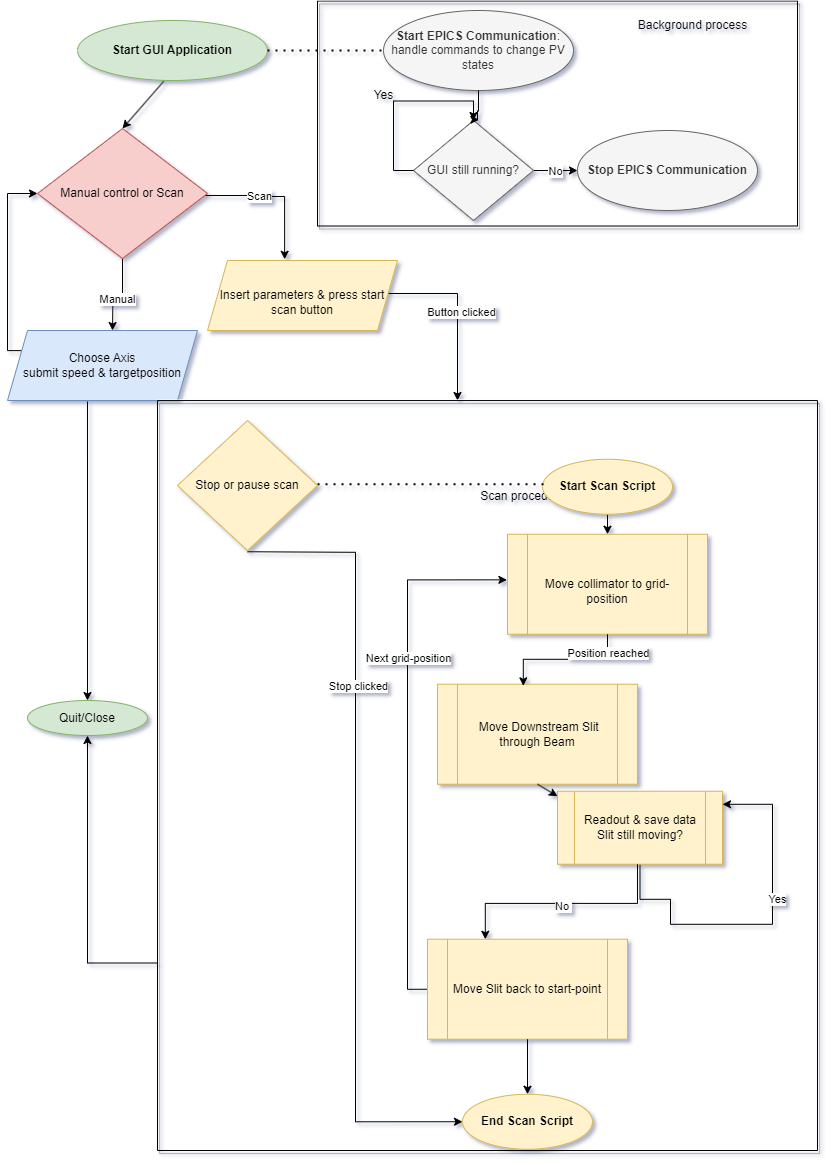
Earlier version of the draw.io export Program_Diagram.drawio.png (sistrebel/Emittancemeter_control). Source tidied: cells renumbered, new cells last; positions are measured from the earlier drawing's top-left corner, leaving out a move shared by most shapes.
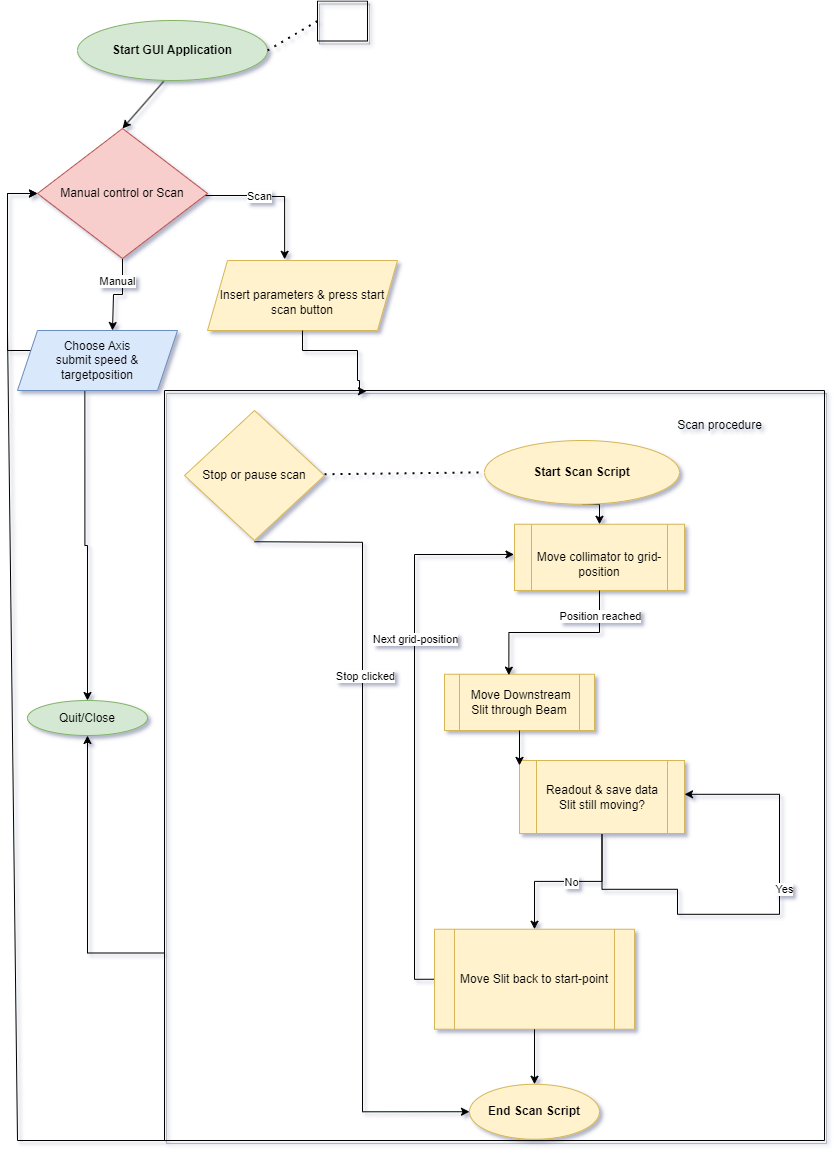
After the commit.

Change to the diagram source:
```diff
@@ -31,30 +31,20 @@
     <mxCell id="8" style="edgeStyle=orthogonalEdgeStyle;rounded=0;jettySize=auto;html=1;exitX=0.5;exitY=1;exitDx=0;exitDy=0;" parent="1" edge="1" source="10">
       <mxGeometry relative="1" as="geometry">
         <mxPoint x="105" y="330" as="targetPoint" />
+        <Array as="points">
+          <mxPoint x="115" y="294" />
+          <mxPoint x="106" y="294" />
+        </Array>
       </mxGeometry>
     </mxCell>
     <mxCell id="9" value="Manual" style="edgeLabel;html=1;align=center;verticalAlign=middle;" parent="8" vertex="1">
-      <mxGeometry x="0.03" y="4" relative="1" as="geometry" />
+      <mxGeometry x="0.03" y="4" relative="1" as="geometry">
+        <mxPoint y="-18" as="offset" />
+      </mxGeometry>
     </mxCell>
     <mxCell id="10" value="Manual control or Scan" style="rhombus;whiteSpace=wrap;html=1;fillColor=#f8cecc;strokeColor=#b85450;" parent="1" vertex="1">
       <mxGeometry x="30" y="128" width="170" height="130" as="geometry" />
     </mxCell>
-    <mxCell id="11" style="endArrow=none;dashed=1;html=1;dashPattern=1 3;strokeWidth=2;rounded=0;entryX=0;entryY=0.5;entryDx=0;entryDy=0;" parent="1" edge="1" target="19">
-      <mxGeometry relative="1" as="geometry">
-        <mxPoint x="260" y="50" as="sourcePoint" />
-      </mxGeometry>
-    </mxCell>
-    <mxCell id="12" style="edgeStyle=orthogonalEdgeStyle;rounded=0;jettySize=auto;html=1;exitX=1;exitY=0.5;exitDx=0;exitDy=0;" parent="1" edge="1" source="14" target="29">
-      <mxGeometry relative="1" as="geometry">
-        <Array as="points">
-          <mxPoint x="360" y="293" />
-          <mxPoint x="450" y="293" />
-        </Array>
-      </mxGeometry>
-    </mxCell>
-    <mxCell id="13" value="Button clicked" style="edgeLabel;html=1;align=center;verticalAlign=middle;" parent="12" vertex="1">
-      <mxGeometry x="0.19" y="3" relative="1" as="geometry" />
-    </mxCell>
     <mxCell id="14" value="&lt;br style=&quot;border-color: var(--border-color);&quot;&gt;Insert parameters &amp;amp; press start scan button" style="shape=parallelogram;perimeter=parallelogramPerimeter;whiteSpace=wrap;html=1;fixedSize=1;fillColor=#fff2cc;strokeColor=#d6b656;" parent="1" vertex="1">
       <mxGeometry x="200" y="260" width="190" height="70" as="geometry" />
     </mxCell>
@@ -67,64 +57,25 @@
       </mxGeometry>
     </mxCell>
     <mxCell id="16" value="Choose Axis&lt;br&gt;submit speed &amp;amp; targetposition" style="shape=parallelogram;perimeter=parallelogramPerimeter;whiteSpace=wrap;html=1;fixedSize=1;fillColor=#dae8fc;strokeColor=#6c8ebf;" parent="1" vertex="1">
-      <mxGeometry y="330" width="190" height="70" as="geometry" />
+      <mxGeometry x="10" y="330" width="160" height="60" as="geometry" />
     </mxCell>
     <mxCell id="17" style="edgeStyle=orthogonalEdgeStyle;rounded=0;jettySize=auto;html=1;exitX=0.421;exitY=1.014;exitDx=0;exitDy=0;entryX=0.5;entryY=0;entryDx=0;entryDy=0;exitPerimeter=0;" parent="1" edge="1" source="16" target="5">
       <mxGeometry relative="1" as="geometry" />
     </mxCell>
-    <mxCell id="18" style="swimlane;startSize=0;fillColor=#E6E6E6;strokeColor=default;fillStyle=solid;rounded=0;shadow=1;glass=1;" parent="1" vertex="1">
-      <mxGeometry x="310" y="0.5" width="480" height="225" as="geometry" />
+    <mxCell id="18" style="swimlane;startSize=0;fillColor=#E6E6E6;strokeColor=default;fillStyle=solid;rounded=0;shadow=1;glass=1;" parent="1" vertex="1" collapsed="1">
+      <mxGeometry x="310" y="0.5" width="50" height="40" as="geometry" />
     </mxCell>
-    <mxCell id="19" value="&lt;b style=&quot;border-color: var(--border-color);&quot;&gt;Start EPICS Communication&lt;/b&gt;:&lt;br style=&quot;border-color: var(--border-color);&quot;&gt;handle commands to change PV states" style="ellipse;whiteSpace=wrap;html=1;fillColor=#f5f5f5;fontColor=#333333;strokeColor=#666666;" parent="18" vertex="1">
-      <mxGeometry x="66" y="9.5" width="190" height="80" as="geometry" />
-    </mxCell>
-    <mxCell id="20" style="edgeStyle=orthogonalEdgeStyle;rounded=0;jettySize=auto;html=1;exitX=1;exitY=0.5;exitDx=0;exitDy=0;entryX=0;entryY=0.5;entryDx=0;entryDy=0;" parent="18" edge="1" source="22" target="27">
-      <mxGeometry relative="1" as="geometry" />
-    </mxCell>
-    <mxCell id="21" value="No" style="edgeLabel;html=1;align=center;verticalAlign=middle;" parent="20" vertex="1">
-      <mxGeometry x="-0.06" relative="1" as="geometry" />
-    </mxCell>
-    <mxCell id="22" value="GUI still running?" style="rhombus;whiteSpace=wrap;html=1;fillColor=#f5f5f5;fontColor=#333333;strokeColor=#666666;" parent="18" vertex="1">
-      <mxGeometry x="96" y="119.5" width="120" height="100" as="geometry" />
-    </mxCell>
-    <mxCell id="23" value="Yes" style="text;html=1;align=center;verticalAlign=middle;strokeColor=none;fillColor=none;" parent="18" vertex="1">
-      <mxGeometry x="46" y="79.5" width="40" height="30" as="geometry" />
-    </mxCell>
-    <mxCell id="24" style="edgeStyle=orthogonalEdgeStyle;rounded=0;orthogonalLoop=1;jettySize=auto;html=1;exitX=0;exitY=0.5;exitDx=0;exitDy=0;entryX=0.5;entryY=0;entryDx=0;entryDy=0;" parent="18" edge="1" source="22" target="22">
-      <mxGeometry relative="1" as="geometry">
-        <Array as="points">
-          <mxPoint x="76" y="170" />
-          <mxPoint x="76" y="100" />
-          <mxPoint x="156" y="100" />
-        </Array>
-      </mxGeometry>
-    </mxCell>
-    <mxCell id="25" style="edgeStyle=orthogonalEdgeStyle;rounded=0;jettySize=auto;html=1;exitX=0.5;exitY=1;exitDx=0;exitDy=0;entryX=0.545;entryY=-0.008;entryDx=0;entryDy=0;entryPerimeter=0;" parent="18" edge="1" source="19" target="22">
-      <mxGeometry relative="1" as="geometry">
-        <Array as="points">
-          <mxPoint x="161" y="110" />
-          <mxPoint x="160" y="110" />
-          <mxPoint x="160" y="119" />
-        </Array>
-      </mxGeometry>
-    </mxCell>
-    <mxCell id="26" value="Background process" style="text;html=1;align=center;verticalAlign=middle;strokeColor=none;fillColor=none;" parent="18" vertex="1">
-      <mxGeometry x="310" y="9.5" width="130" height="30" as="geometry" />
-    </mxCell>
-    <mxCell id="27" value="&lt;b style=&quot;border-color: var(--border-color); color: rgb(51, 51, 51);&quot;&gt;Stop EPICS Communication&lt;/b&gt;" style="ellipse;whiteSpace=wrap;html=1;fillColor=#f5f5f5;fontColor=#333333;strokeColor=#666666;" parent="18" vertex="1">
-      <mxGeometry x="260" y="129.5" width="180" height="80" as="geometry" />
-    </mxCell>
     <mxCell id="28" style="edgeStyle=orthogonalEdgeStyle;rounded=0;jettySize=auto;html=1;exitX=0;exitY=0.75;exitDx=0;exitDy=0;entryX=0.5;entryY=1;entryDx=0;entryDy=0;" parent="1" edge="1" source="29" target="5">
       <mxGeometry relative="1" as="geometry" />
     </mxCell>
     <mxCell id="29" style="swimlane;startSize=0;fillColor=#E6E6E6;strokeColor=default;fillStyle=solid;rounded=0;shadow=1;glass=1;" parent="1" vertex="1">
-      <mxGeometry x="150" y="400" width="660" height="750" as="geometry" />
+      <mxGeometry x="157" y="390" width="660" height="750" as="geometry" />
     </mxCell>
     <mxCell id="30" value="Scan procedure" style="text;html=1;align=center;verticalAlign=middle;strokeColor=none;fillColor=none;" parent="29" vertex="1">
-      <mxGeometry x="310" y="80.8" width="110" height="30" as="geometry" />
+      <mxGeometry x="500" y="20" width="110" height="30" as="geometry" />
     </mxCell>
     <mxCell id="31" value="&lt;br style=&quot;border-color: var(--border-color);&quot;&gt;Move collimator to grid-position" style="shape=process;whiteSpace=wrap;html=1;backgroundOutline=1;fillColor=#fff2cc;strokeColor=#d6b656;" parent="29" vertex="1">
-      <mxGeometry x="350" y="133.8" width="200" height="100" as="geometry" />
+      <mxGeometry x="350" y="133.8" width="170" height="66.2" as="geometry" />
     </mxCell>
     <mxCell id="32" style="edgeStyle=orthogonalEdgeStyle;rounded=0;jettySize=auto;html=1;exitX=0;exitY=0.5;exitDx=0;exitDy=0;entryX=-0.003;entryY=0.456;entryDx=0;entryDy=0;entryPerimeter=0;" parent="29" edge="1" source="34" target="31">
       <mxGeometry relative="1" as="geometry" />
@@ -138,7 +89,7 @@
       <mxGeometry x="270" y="538.8" width="200" height="100" as="geometry" />
     </mxCell>
     <mxCell id="35" value="&amp;nbsp;Move Downstream Slit through Beam&lt;br style=&quot;border-color: var(--border-color);&quot;&gt;" style="shape=process;whiteSpace=wrap;html=1;backgroundOutline=1;fillColor=#fff2cc;strokeColor=#d6b656;" parent="29" vertex="1">
-      <mxGeometry x="280" y="283.8" width="200" height="100" as="geometry" />
+      <mxGeometry x="280" y="283.8" width="150" height="56.2" as="geometry" />
     </mxCell>
     <mxCell id="36" style="edgeStyle=orthogonalEdgeStyle;rounded=0;jettySize=auto;html=1;exitX=0.5;exitY=1;exitDx=0;exitDy=0;entryX=0.429;entryY=0.016;entryDx=0;entryDy=0;entryPerimeter=0;" parent="29" edge="1" source="31" target="35">
       <mxGeometry relative="1" as="geometry" />
@@ -150,7 +101,7 @@
       <mxGeometry relative="1" as="geometry" />
     </mxCell>
     <mxCell id="39" value="&lt;b&gt;Start Scan Script&lt;/b&gt;" style="ellipse;whiteSpace=wrap;html=1;fillColor=#fff2cc;strokeColor=#d6b656;" parent="29" vertex="1">
-      <mxGeometry x="385" y="58.8" width="130" height="55" as="geometry" />
+      <mxGeometry x="320" y="50" width="195" height="63.8" as="geometry" />
     </mxCell>
     <mxCell id="40" value="&lt;b&gt;End Scan Script&lt;/b&gt;" style="ellipse;whiteSpace=wrap;html=1;fillColor=#fff2cc;strokeColor=#d6b656;" parent="29" vertex="1">
       <mxGeometry x="305" y="693.8" width="130" height="55" as="geometry" />
@@ -172,26 +123,18 @@
     <mxCell id="43" value="Yes" style="edgeLabel;html=1;align=center;verticalAlign=middle;" parent="42" vertex="1">
       <mxGeometry x="0.2" y="-4" relative="1" as="geometry" />
     </mxCell>
+    <mxCell id="52" style="edgeStyle=orthogonalEdgeStyle;rounded=0;jettySize=auto;html=1;exitX=0.5;exitY=1;exitDx=0;exitDy=0;entryX=0.5;entryY=0;entryDx=0;entryDy=0;" parent="29" edge="1" source="44" target="34">
+      <mxGeometry relative="1" as="geometry" />
+    </mxCell>
+    <mxCell id="21" value="No" style="edgeLabel;html=1;align=center;verticalAlign=middle;" parent="52" vertex="1">
+      <mxGeometry x="-0.03" y="1" relative="1" as="geometry" />
+    </mxCell>
     <mxCell id="44" value="Readout &amp;amp; save data&lt;br&gt;Slit still moving?" style="shape=process;whiteSpace=wrap;html=1;backgroundOutline=1;fillColor=#fff2cc;strokeColor=#d6b656;" parent="29" vertex="1">
-      <mxGeometry x="400" y="390.8" width="165" height="73" as="geometry" />
+      <mxGeometry x="355" y="370" width="165" height="73" as="geometry" />
     </mxCell>
-    <mxCell id="45" style="edgeStyle=orthogonalEdgeStyle;rounded=0;orthogonalLoop=1;jettySize=auto;html=1;entryX=0.404;entryY=0.009;entryDx=0;entryDy=0;entryPerimeter=0;" parent="29" edge="1">
-      <mxGeometry relative="1" as="geometry">
-        <mxPoint x="480" y="463.8" as="sourcePoint" />
-        <mxPoint x="327.8" y="538.7" as="targetPoint" />
-        <Array as="points">
-          <mxPoint x="480" y="502.9" />
-          <mxPoint x="328" y="502.9" />
-        </Array>
-      </mxGeometry>
-    </mxCell>
-    <mxCell id="46" value="No&amp;nbsp;" style="edgeLabel;html=1;align=center;verticalAlign=middle;" parent="45" vertex="1">
-      <mxGeometry y="3" relative="1" as="geometry" />
-    </mxCell>
-    <mxCell id="47" style="endArrow=none;dashed=1;html=1;dashPattern=1 3;strokeWidth=2;rounded=0;" parent="29" edge="1">
+    <mxCell id="47" style="endArrow=none;dashed=1;html=1;dashPattern=1 3;strokeWidth=2;rounded=0;entryX=0;entryY=0.5;entryDx=0;entryDy=0;" parent="29" edge="1" target="39">
       <mxGeometry relative="1" as="geometry">
         <mxPoint x="160" y="83.8" as="sourcePoint" />
-        <mxPoint x="390" y="83.8" as="targetPoint" />
       </mxGeometry>
     </mxCell>
     <mxCell id="48" value="Stop or pause scan" style="rhombus;whiteSpace=wrap;html=1;fillColor=#fff2cc;strokeColor=#d6b656;" parent="29" vertex="1">
@@ -208,5 +151,25 @@
     <mxCell id="51" style="endArrow=classic;html=1;rounded=0;exitX=0.5;exitY=1;exitDx=0;exitDy=0;entryX=0;entryY=0.067;entryDx=0;entryDy=0;entryPerimeter=0;" parent="29" edge="1" source="35" target="44">
       <mxGeometry relative="1" as="geometry" />
     </mxCell>
+    <mxCell id="53" style="endArrow=classic;html=1;rounded=0;entryX=0;entryY=0.5;entryDx=0;entryDy=0;" parent="29" edge="1" target="10">
+      <mxGeometry relative="1" as="geometry">
+        <mxPoint x="373" y="750" as="sourcePoint" />
+        <Array as="points">
+          <mxPoint x="-147" y="750" />
+          <mxPoint x="-157" y="-60" />
+          <mxPoint x="-157" y="-197" />
+        </Array>
+      </mxGeometry>
+    </mxCell>
+    <mxCell id="12" style="edgeStyle=orthogonalEdgeStyle;rounded=0;jettySize=auto;html=1;exitX=0.5;exitY=1;exitDx=0;exitDy=0;entryX=0.306;entryY=0.001;entryDx=0;entryDy=0;entryPerimeter=0;" parent="1" edge="1" source="14" target="29">
+      <mxGeometry relative="1" as="geometry">
+        <Array as="points">
+          <mxPoint x="295" y="350" />
+          <mxPoint x="350" y="350" />
+          <mxPoint x="350" y="380" />
+          <mxPoint x="352" y="380" />
+        </Array>
+      </mxGeometry>
+    </mxCell>
   </root>
 </mxGraphModel>
```
